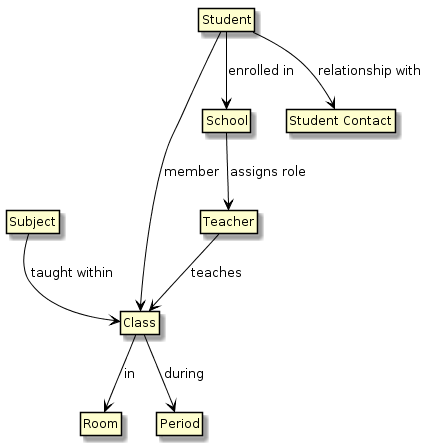
Above: 99_Resources/images/Conceptual_enrolment.png in nsip/specgen_input_au (PlantUML), before the change. Source of this version:
```plantuml
@startuml
hide empty members
hide circle
skinparam class {
ArrowColor Black
BorderColor Black
}

class Subject


Subject --> Class : taught within
Class --> Room : in
Class --> Period : during
Teacher --> Class : teaches
School --> Teacher : assigns role
Student --> Class : member
Student --> "Student Contact" : relationship with
Student --> School : enrolled in
@enduml
```
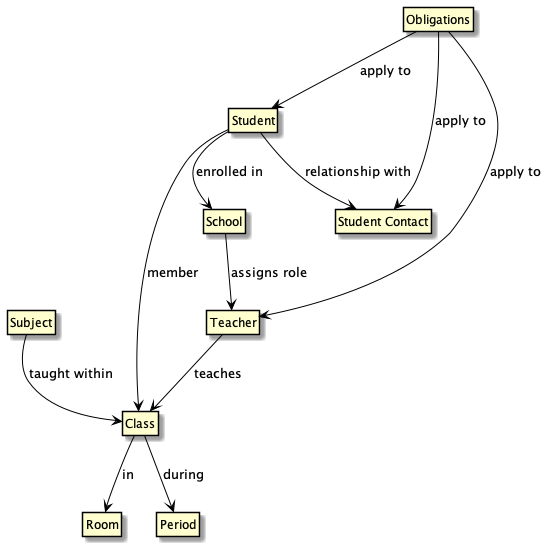
After the change.

Diff of the diagram source:
```diff
@@ -17,4 +17,7 @@
 Student --> Class : member
 Student --> "Student Contact" : relationship with
 Student --> School : enrolled in
+Obligations --> Teacher : apply to
+Obligations --> Student : apply to
+Obligations --> "Student Contact" : apply to
 @enduml
```
